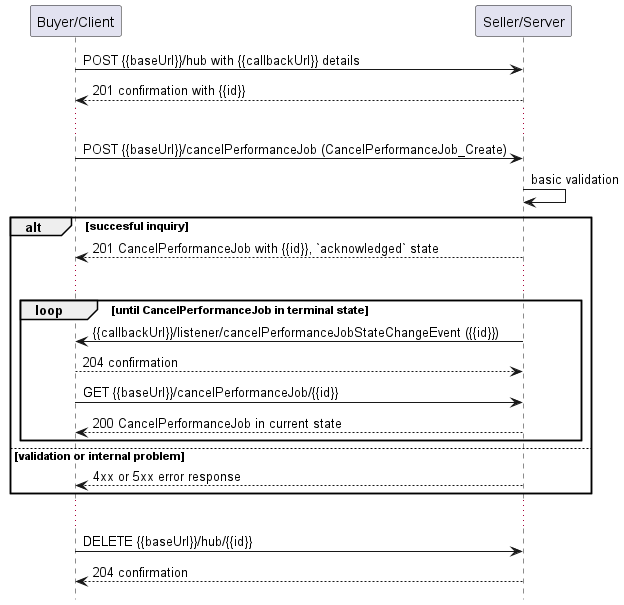
Above: documentation/serviceApi/pm/performance/media/useCase12Notification.png in MEF-GIT/MEF-LSO-Legato-SDK (PlantUML), before the change. Its diagram source:
```plantuml
@startuml useCase12Notification

hide footbox

participant "Buyer/Client" as B
participant "Seller/Server" as S

B -> S: POST {{baseUrl}}/hub with {{callbackUrl}} details
S --> B: 201 confirmation with {{id}}
...
B -> S: POST {{baseUrl}}/cancelPerformanceJob (CancelPerformanceJob_Create)
S -> S: basic validation

alt succesful inquiry
  S --> B: 201 CancelPerformanceJob with {{id}}, `acknowledged` state
  ...

  group loop [until CancelPerformanceJob in terminal state]
      S -> B: {{callbackUrl}}/listener/cancelPerformanceJobStateChangeEvent ({{id}})
      B --> S: 204 confirmation
      B -> S:   GET {{baseUrl}}/cancelPerformanceJob/{{id}}
      return 200 CancelPerformanceJob in current state
  end

else validation or internal problem
  S --> B : 4xx or 5xx error response
end

...

B -> S : DELETE {{baseUrl}}/hub/{{id}}
S --> B : 204 confirmation

@enduml
```
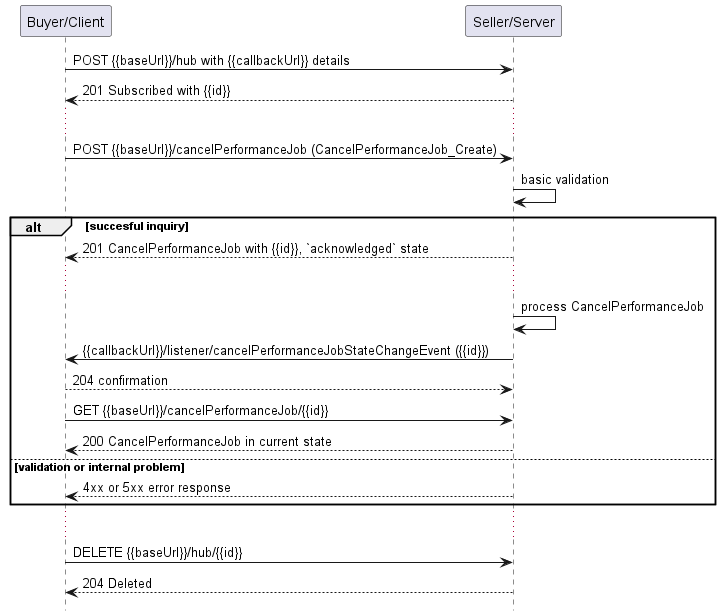
Later version of the same file.

The edit, as a diff of the source:
```diff
@@ -6,7 +6,7 @@
 participant "Seller/Server" as S
 
 B -> S: POST {{baseUrl}}/hub with {{callbackUrl}} details
-S --> B: 201 confirmation with {{id}}
+S --> B: 201 Subscribed with {{id}}
 ...
 B -> S: POST {{baseUrl}}/cancelPerformanceJob (CancelPerformanceJob_Create)
 S -> S: basic validation
@@ -15,12 +15,12 @@
   S --> B: 201 CancelPerformanceJob with {{id}}, `acknowledged` state
   ...
 
-  group loop [until CancelPerformanceJob in terminal state]
-      S -> B: {{callbackUrl}}/listener/cancelPerformanceJobStateChangeEvent ({{id}})
-      B --> S: 204 confirmation
-      B -> S:   GET {{baseUrl}}/cancelPerformanceJob/{{id}}
-      return 200 CancelPerformanceJob in current state
-  end
+  S -> S: process CancelPerformanceJob
+
+  S -> B: {{callbackUrl}}/listener/cancelPerformanceJobStateChangeEvent ({{id}})
+  B --> S: 204 confirmation
+  B -> S: GET {{baseUrl}}/cancelPerformanceJob/{{id}}
+  return 200 CancelPerformanceJob in current state
 
 else validation or internal problem
   S --> B : 4xx or 5xx error response
@@ -29,6 +29,6 @@
 ...
 
 B -> S : DELETE {{baseUrl}}/hub/{{id}}
-S --> B : 204 confirmation
+S --> B : 204 Deleted
 
 @enduml
```
